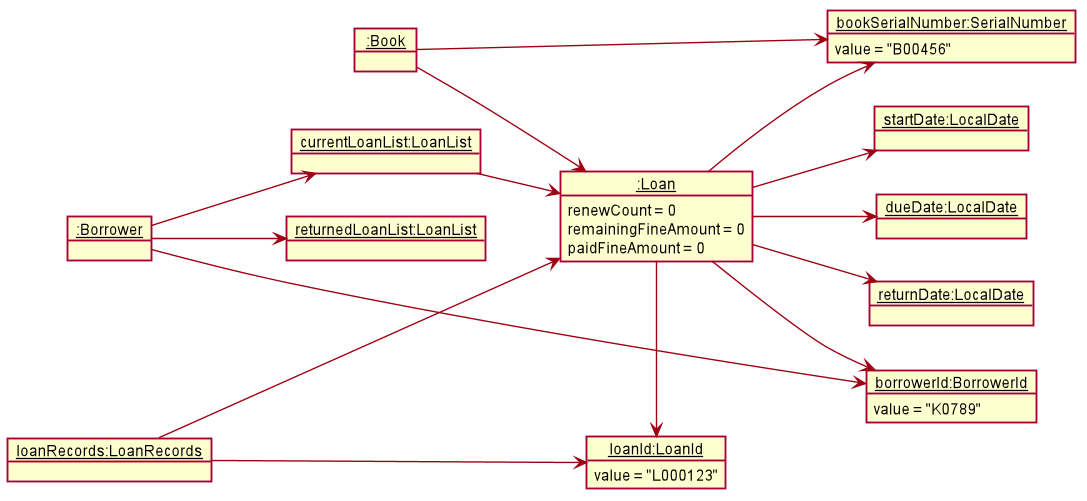
nus-cs2103-AY1920S1/addressbook-level3 keeps this PlantUML diagram as docs/images/LoanObjectDiagram.png. Above is the earlier version.
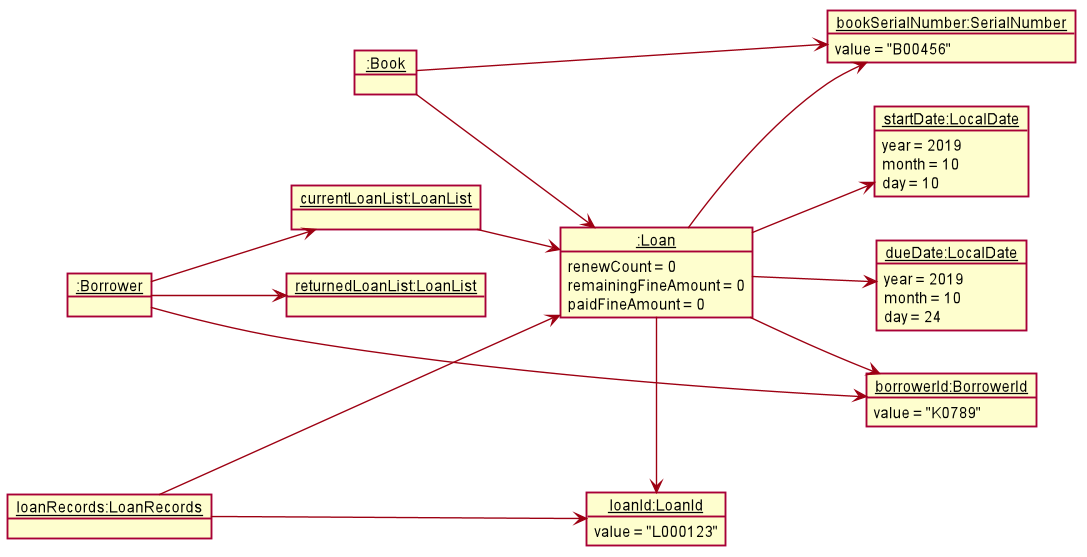
After the change.

What changed in the source:
```diff
@@ -1,4 +1,5 @@
 @startuml
+
 
 
 
@@ -35,7 +36,6 @@
 
 skinparam Participant {
     FontColor #FFFFFFF
-    Padding 20
 }
 
 skinparam MinClassWidth 50
@@ -69,9 +69,16 @@
 object "__borrowerId:BorrowerId__" as BorrowerId {
     value = "K0789"
 }
-object "__startDate:LocalDate__" as startDate
-object "__dueDate:LocalDate__" as dueDate
-object "__returnDate:LocalDate__" as returnDate
+object "__startDate:LocalDate__" as startDate {
+    year = 2019
+    month = 10
+    day = 10
+}
+object "__dueDate:LocalDate__" as dueDate {
+    year = 2019
+    month = 10
+    day = 24
+}
 object "__:Book__" as Book
 object "__:Borrower__" as Borrower
 object "__currentLoanList:LoanList__" as currentLoanList
@@ -91,6 +98,5 @@
 Loan --> BorrowerId
 Loan --> startDate
 Loan --> dueDate
-Loan --> returnDate
 
 @enduml
```
